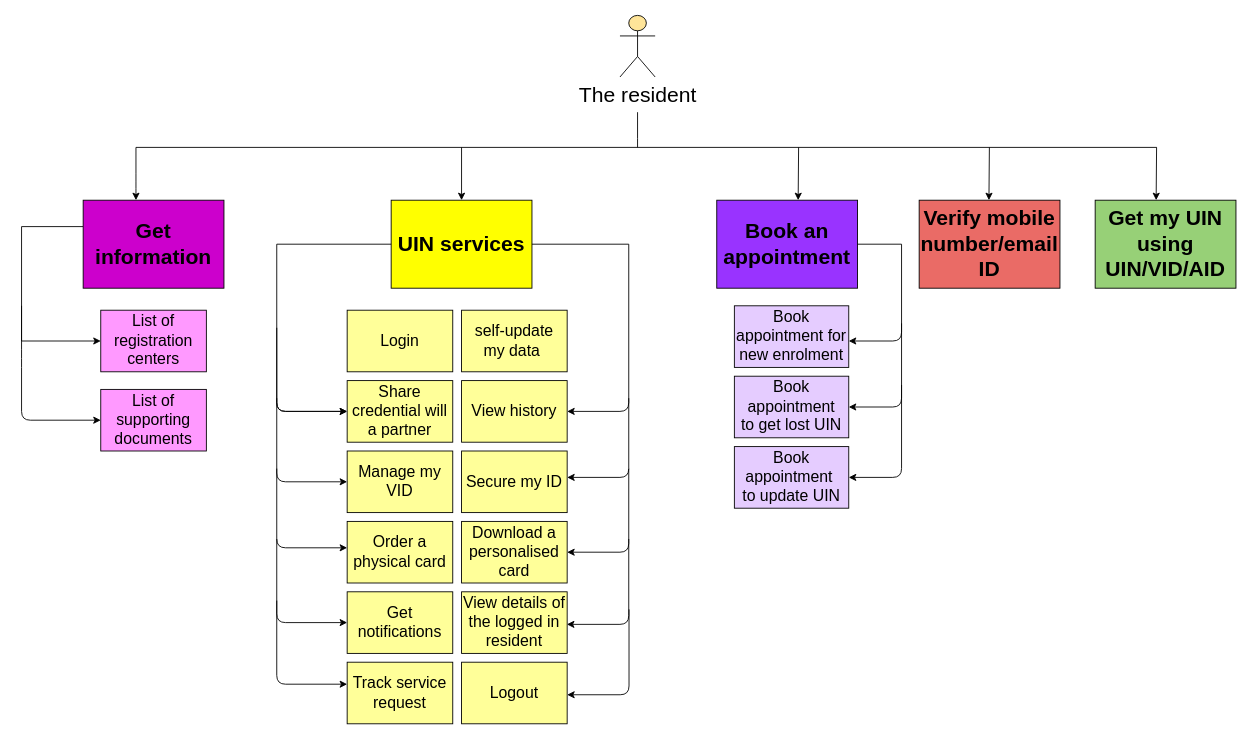
Before: docs/_images/rs-feature-list.drawio in mosip/documentation, a draw.io diagram. Source tidied: cells renumbered, new cells numbered last; positions are measured from the earlier drawing's top-left corner, leaving out a move shared by most shapes. Both pictures are drawn from the tidied source at 88%, with x=0, y=0 at pixel (21, 15).
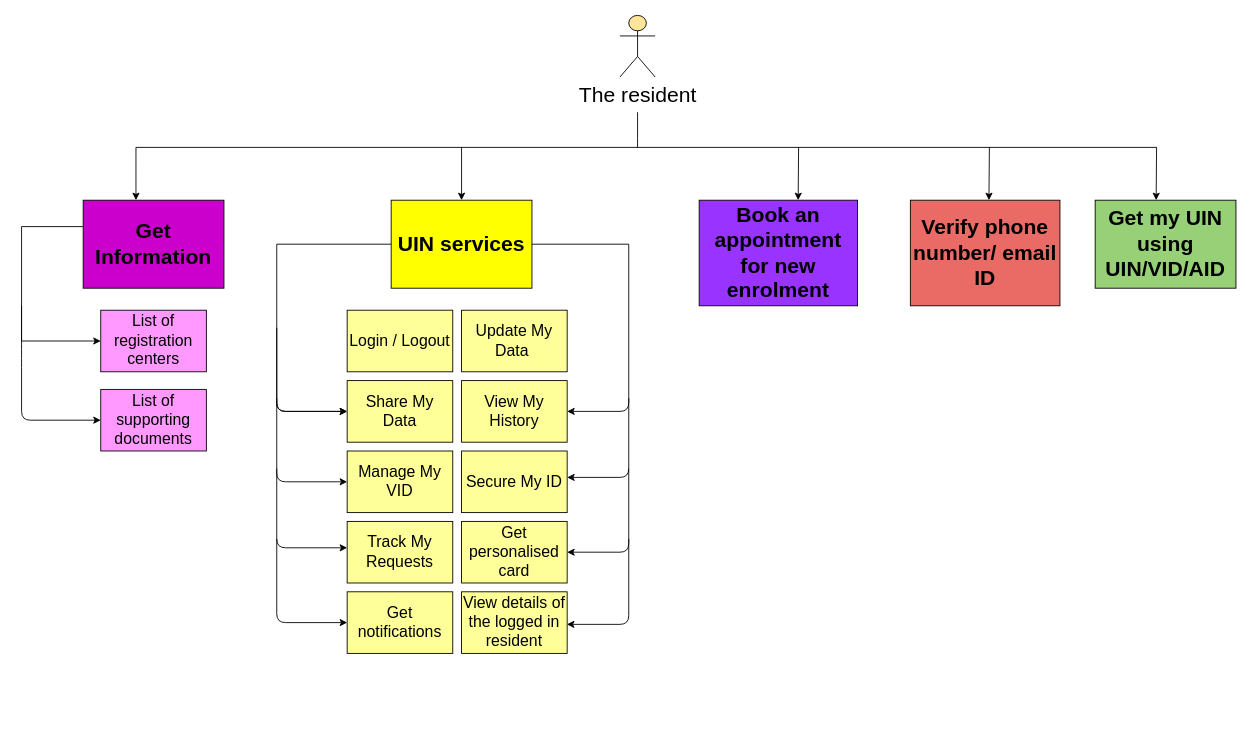
Above is the later version.

Diff of the diagram source:
```diff
@@
-    <mxCell id="9" value="&lt;span&gt;&lt;font style=&quot;font-size: 24px&quot;&gt;&lt;b&gt;Get information&lt;/b&gt;&lt;/font&gt;&lt;/span&gt;" style="rounded=0;whiteSpace=wrap;html=1;fillColor=#CC00CC;" parent="1" vertex="1">
+    <mxCell id="9" value="&lt;span&gt;&lt;font style=&quot;font-size: 24px&quot;&gt;&lt;b&gt;Get Information&lt;/b&gt;&lt;/font&gt;&lt;/span&gt;" style="rounded=0;whiteSpace=wrap;html=1;fillColor=#CC00CC;" parent="1" vertex="1">
       <mxGeometry x="70" y="210" width="160" height="100" as="geometry" />
     </mxCell>
@@
-    <mxCell id="13" value="&lt;font style=&quot;font-size: 18px&quot;&gt;Login&lt;/font&gt;" style="rounded=0;whiteSpace=wrap;html=1;fillColor=#FFFF99;" parent="1" vertex="1">
+    <mxCell id="13" value="&lt;font style=&quot;font-size: 18px&quot;&gt;Login / Logout&lt;/font&gt;" style="rounded=0;whiteSpace=wrap;html=1;fillColor=#FFFF99;" parent="1" vertex="1">
       <mxGeometry x="370" y="335" width="120" height="70" as="geometry" />
     </mxCell>
-    <mxCell id="14" value="&lt;span&gt;&lt;font style=&quot;font-size: 18px&quot;&gt;Share credential will a partner&lt;/font&gt;&lt;/span&gt;" style="rounded=0;whiteSpace=wrap;html=1;fillColor=#FFFF99;strokeColor=#000000;" parent="1" vertex="1">
+    <mxCell id="14" value="&lt;span&gt;&lt;font style=&quot;font-size: 18px&quot;&gt;Share My Data&lt;/font&gt;&lt;/span&gt;" style="rounded=0;whiteSpace=wrap;html=1;fillColor=#FFFF99;strokeColor=#000000;" parent="1" vertex="1">
       <mxGeometry x="370" y="415" width="120" height="70" as="geometry" />
     </mxCell>
-    <mxCell id="15" value="&lt;font style=&quot;font-size: 18px&quot;&gt;Manage my VID&lt;/font&gt;&lt;span&gt;&lt;font&gt;&lt;br&gt;&lt;/font&gt;&lt;/span&gt;" style="rounded=0;whiteSpace=wrap;html=1;fillColor=#FFFF99;" parent="1" vertex="1">
+    <mxCell id="15" value="&lt;font style=&quot;font-size: 18px&quot;&gt;Manage My VID&lt;/font&gt;&lt;span&gt;&lt;font&gt;&lt;br&gt;&lt;/font&gt;&lt;/span&gt;" style="rounded=0;whiteSpace=wrap;html=1;fillColor=#FFFF99;" parent="1" vertex="1">
       <mxGeometry x="370" y="495" width="120" height="70" as="geometry" />
     </mxCell>
@@
-    <mxCell id="19" value="&lt;font style=&quot;font-size: 18px&quot;&gt;Order a physical card&lt;/font&gt;" style="rounded=0;whiteSpace=wrap;html=1;fillColor=#FFFF99;" parent="1" vertex="1">
+    <mxCell id="19" value="&lt;font style=&quot;font-size: 18px;&quot;&gt;Track My Requests&lt;/font&gt;" style="rounded=0;whiteSpace=wrap;html=1;fillColor=#FFFF99;" parent="1" vertex="1">
       <mxGeometry x="370" y="575" width="120" height="70" as="geometry" />
     </mxCell>
-    <mxCell id="20" value="&lt;font style=&quot;font-size: 18px&quot;&gt;self-update my data&amp;nbsp;&lt;/font&gt;" style="rounded=0;whiteSpace=wrap;html=1;fillColor=#FFFF99;" parent="1" vertex="1">
+    <mxCell id="20" value="&lt;font style=&quot;font-size: 18px&quot;&gt;Update My Data&amp;nbsp;&lt;/font&gt;" style="rounded=0;whiteSpace=wrap;html=1;fillColor=#FFFF99;" parent="1" vertex="1">
       <mxGeometry x="500" y="335" width="120" height="70" as="geometry" />
     </mxCell>
-    <mxCell id="21" value="&lt;span&gt;&lt;font style=&quot;font-size: 18px&quot;&gt;View history&lt;/font&gt;&lt;/span&gt;" style="rounded=0;whiteSpace=wrap;html=1;fillColor=#FFFF99;" parent="1" vertex="1">
+    <mxCell id="21" value="&lt;font style=&quot;font-size: 18px;&quot;&gt;View My History&lt;/font&gt;" style="rounded=0;whiteSpace=wrap;html=1;fillColor=#FFFF99;" parent="1" vertex="1">
       <mxGeometry x="500" y="415" width="120" height="70" as="geometry" />
     </mxCell>
-    <mxCell id="22" value="&lt;font style=&quot;font-size: 18px&quot;&gt;Secure my ID&lt;/font&gt;" style="rounded=0;whiteSpace=wrap;html=1;fillColor=#FFFF99;" parent="1" vertex="1">
+    <mxCell id="22" value="&lt;font style=&quot;font-size: 18px&quot;&gt;Secure My ID&lt;/font&gt;" style="rounded=0;whiteSpace=wrap;html=1;fillColor=#FFFF99;" parent="1" vertex="1">
       <mxGeometry x="500" y="495" width="120" height="70" as="geometry" />
     </mxCell>
-    <mxCell id="23" value="&lt;font style=&quot;font-size: 18px&quot;&gt;Download a personalised card&lt;/font&gt;" style="rounded=0;whiteSpace=wrap;html=1;fillColor=#FFFF99;" parent="1" vertex="1">
+    <mxCell id="23" value="&lt;font style=&quot;font-size: 18px&quot;&gt;Get personalised card&lt;/font&gt;" style="rounded=0;whiteSpace=wrap;html=1;fillColor=#FFFF99;" parent="1" vertex="1">
       <mxGeometry x="500" y="575" width="120" height="70" as="geometry" />
     </mxCell>
@@
-    <mxCell id="33" value="&lt;span&gt;&lt;font style=&quot;font-size: 24px&quot;&gt;&lt;b&gt;Book an appointment&lt;/b&gt;&lt;/font&gt;&lt;/span&gt;" style="rounded=0;whiteSpace=wrap;html=1;fillColor=#9933FF;" parent="1" vertex="1">
-      <mxGeometry x="790" y="210" width="160" height="100" as="geometry" />
+    <mxCell id="33" value="&lt;span&gt;&lt;font style=&quot;font-size: 24px&quot;&gt;&lt;b&gt;Book an appointment for new enrolment&lt;/b&gt;&lt;/font&gt;&lt;/span&gt;" style="rounded=0;whiteSpace=wrap;html=1;fillColor=#9933FF;" parent="1" vertex="1">
+      <mxGeometry x="770" y="210" width="180" height="120" as="geometry" />
     </mxCell>
-    <mxCell id="34" value="&lt;span&gt;&lt;font&gt;&lt;font style=&quot;font-size: 18px&quot;&gt;Book appointment&lt;br&gt;to get lost UIN&lt;/font&gt;&lt;br&gt;&lt;/font&gt;&lt;/span&gt;" style="rounded=0;whiteSpace=wrap;html=1;fillColor=#E5CCFF;" parent="1" vertex="1">
-      <mxGeometry x="810" y="410" width="130" height="70" as="geometry" />
-    </mxCell>
-    <mxCell id="35" value="&lt;font style=&quot;font-size: 18px&quot;&gt;Book appointment&amp;nbsp;&lt;br&gt;to update UIN&lt;/font&gt;" style="rounded=0;whiteSpace=wrap;html=1;fillColor=#E5CCFF;" parent="1" vertex="1">
-      <mxGeometry x="810" y="490" width="130" height="70" as="geometry" />
-    </mxCell>
-    <mxCell id="36" value="&lt;span&gt;&lt;font&gt;&lt;font style=&quot;font-size: 18px&quot;&gt;Book appointment for new enrolment&lt;/font&gt;&lt;br&gt;&lt;/font&gt;&lt;/span&gt;" style="rounded=0;whiteSpace=wrap;html=1;fillColor=#E5CCFF;" parent="1" vertex="1">
-      <mxGeometry x="810" y="330" width="130" height="70" as="geometry" />
-    </mxCell>
-    <mxCell id="37" style="endArrow=classic;html=1;" parent="1" edge="1">
-      <mxGeometry relative="1" as="geometry">
-        <mxPoint x="1000" y="260" as="sourcePoint" />
-        <mxPoint x="940" y="370" as="targetPoint" />
-        <Array as="points">
-          <mxPoint x="1000" y="370" />
-        </Array>
-      </mxGeometry>
-    </mxCell>
-    <mxCell id="38" style="endArrow=classic;html=1;entryX=1;entryY=0.5;entryDx=0;entryDy=0;" parent="1" edge="1" target="34">
-      <mxGeometry relative="1" as="geometry">
-        <mxPoint x="1000" y="350" as="sourcePoint" />
-        <Array as="points">
-          <mxPoint x="1000" y="445" />
-        </Array>
-      </mxGeometry>
-    </mxCell>
-    <mxCell id="39" style="endArrow=classic;html=1;" parent="1" edge="1">
-      <mxGeometry relative="1" as="geometry">
-        <mxPoint x="1000" y="420" as="sourcePoint" />
-        <mxPoint x="940" y="525" as="targetPoint" />
-        <Array as="points">
-          <mxPoint x="1000" y="525" />
-        </Array>
-      </mxGeometry>
-    </mxCell>
-    <mxCell id="40" style="endArrow=none;html=1;exitX=1;exitY=0.5;exitDx=0;exitDy=0;" parent="1" edge="1" source="33">
-      <mxGeometry relative="1" as="geometry">
-        <mxPoint x="1000" y="260" as="targetPoint" />
-      </mxGeometry>
-    </mxCell>
-    <mxCell id="41" value="&lt;b&gt;&lt;font style=&quot;font-size: 24px&quot;&gt;Verify mobile number/email ID&lt;/font&gt;&lt;/b&gt;" style="rounded=0;whiteSpace=wrap;html=1;fillColor=#EA6B66;" parent="1" vertex="1">
-      <mxGeometry x="1020" y="210" width="160" height="100" as="geometry" />
+    <mxCell id="41" value="&lt;b&gt;&lt;font style=&quot;font-size: 24px&quot;&gt;Verify phone number/ email ID&lt;/font&gt;&lt;/b&gt;" style="rounded=0;whiteSpace=wrap;html=1;fillColor=#EA6B66;" parent="1" vertex="1">
+      <mxGeometry x="1010" y="210" width="170" height="120" as="geometry" />
     </mxCell>
@@
-    <mxCell id="45" value="&lt;font style=&quot;font-size: 18px&quot;&gt;Track service request&lt;/font&gt;" style="rounded=0;whiteSpace=wrap;html=1;fillColor=#FFFF99;" parent="1" vertex="1">
-      <mxGeometry x="370" y="735" width="120" height="70" as="geometry" />
-    </mxCell>
-    <mxCell id="46" value="&lt;font style=&quot;font-size: 18px&quot;&gt;Logout&lt;/font&gt;" style="rounded=0;whiteSpace=wrap;html=1;fillColor=#FFFF99;" parent="1" vertex="1">
-      <mxGeometry x="500" y="735" width="120" height="70" as="geometry" />
-    </mxCell>
-    <mxCell id="47" style="endArrow=classic;html=1;" parent="1" edge="1">
-      <mxGeometry relative="1" as="geometry">
-        <mxPoint x="690.3" y="675" as="sourcePoint" />
-        <mxPoint x="620" y="772" as="targetPoint" />
-        <Array as="points">
-          <mxPoint x="690.3" y="772" />
-        </Array>
-      </mxGeometry>
-    </mxCell>
-    <mxCell id="48" style="endArrow=classic;html=1;entryX=0;entryY=0.5;entryDx=0;entryDy=0;" parent="1" edge="1">
-      <mxGeometry relative="1" as="geometry">
-        <mxPoint x="290" y="665" as="sourcePoint" />
-        <mxPoint x="370" y="760" as="targetPoint" />
-        <Array as="points">
-          <mxPoint x="290" y="760" />
-        </Array>
-      </mxGeometry>
-    </mxCell>
```
